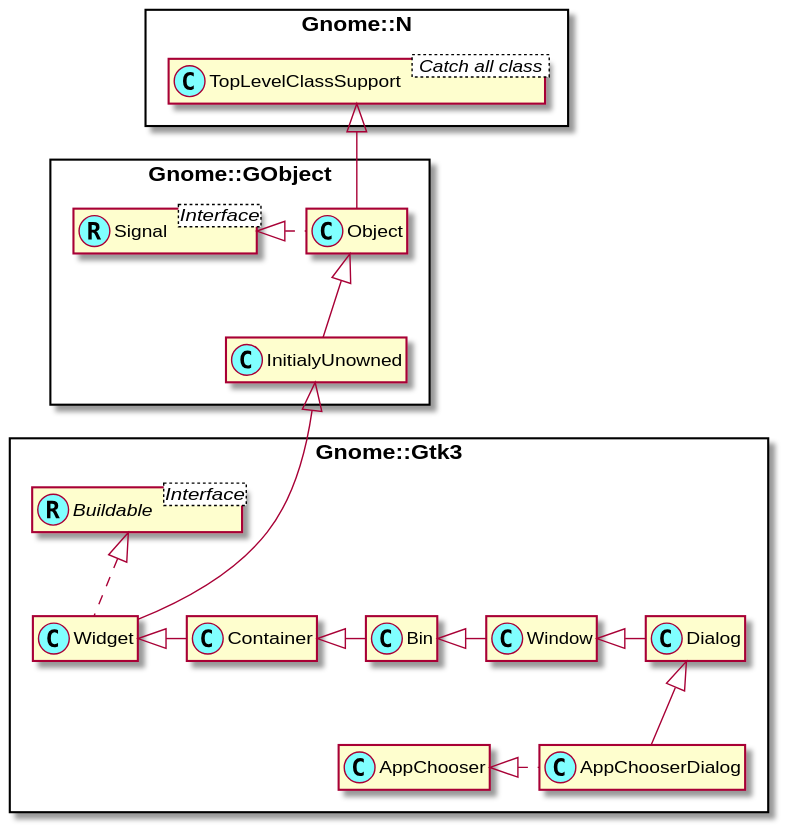
Earlier version of the PlantUML export docs/content-docs/reference/Gtk3/plantuml/AppChooserDialog.svg (MARTIMM/gnome-gtk3).
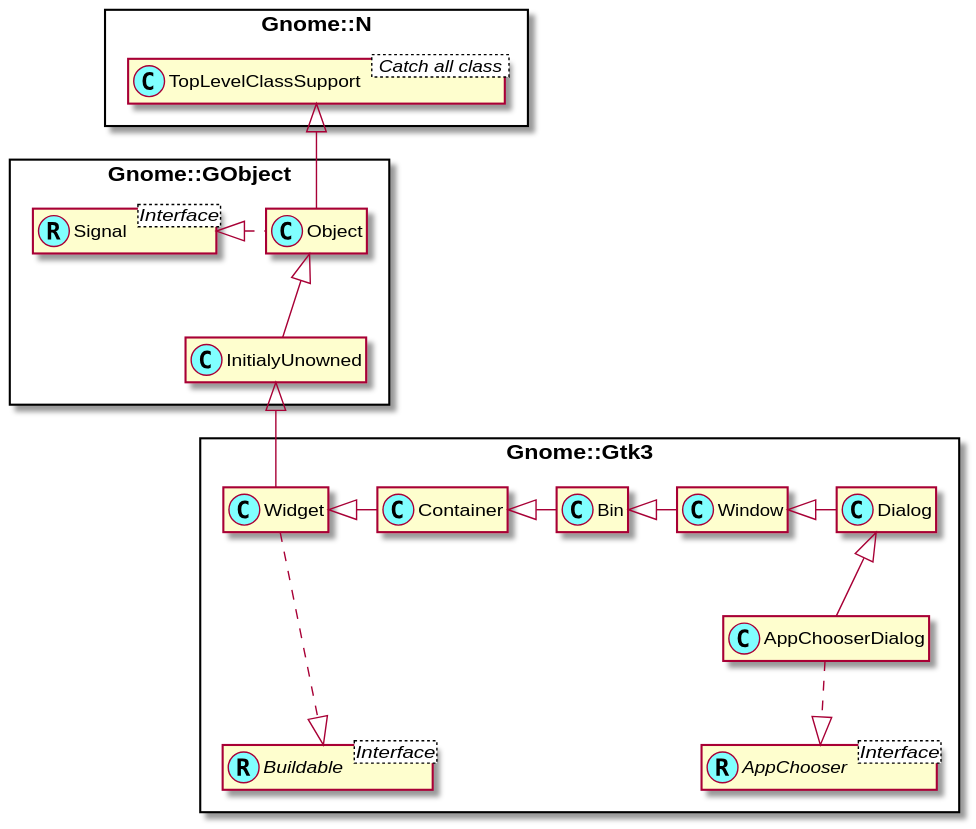
After the commit.

What changed in the source:
```diff
@@ -13,14 +13,16 @@
 Interface Gnome::Gtk3::Buildable <Interface>
 
 
+class Gnome::Gtk3::AppChooser <<(R,#80ffff)>>
+Interface Gnome::Gtk3::AppChooser <Interface>
 
 
 Gnome::N::TopLevelClassSupport <|-- Gnome::GObject::Object
 Gnome::GObject::Object <|-- Gnome::GObject::InitialyUnowned
 Gnome::GObject::Signal <|. Gnome::GObject::Object
 
-Gnome::GObject::InitialyUnowned <|--- Gnome::Gtk3::Widget
-Gnome::Gtk3::Buildable <|.. Gnome::Gtk3::Widget
+Gnome::GObject::InitialyUnowned <|-- Gnome::Gtk3::Widget
+Gnome::Gtk3::Buildable <|.up.. Gnome::Gtk3::Widget
 
 Gnome::Gtk3::Widget <|- Gnome::Gtk3::Container
 Gnome::Gtk3::Container <|- Gnome::Gtk3::Bin
@@ -28,7 +30,7 @@
 Gnome::Gtk3::Window <|- Gnome::Gtk3::Dialog
 
 Gnome::Gtk3::Dialog <|-- Gnome::Gtk3::AppChooserDialog
-Gnome::Gtk3::AppChooser <|. Gnome::Gtk3::AppChooserDialog
+Gnome::Gtk3::AppChooser <|.up. Gnome::Gtk3::AppChooserDialog
 
 
 @enduml
```
